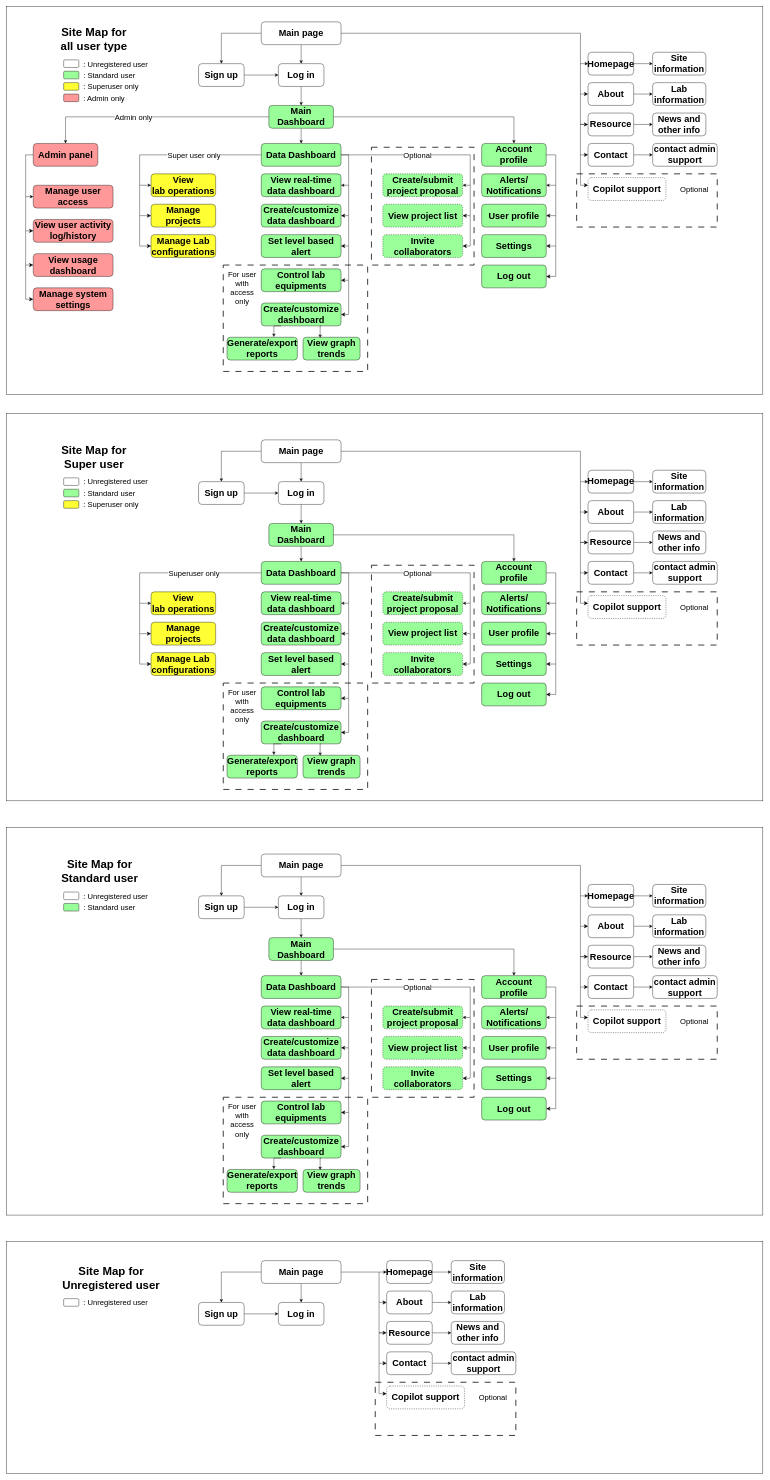
UCLComputerScience/COMP0067_2025_Team6 keeps this draw.io diagram as site_maps_group6.drawio. Above is the earlier version. Source tidied: cells renumbered, new cells numbered last; positions are measured from the earlier drawing's top-left corner, leaving out a move shared by most shapes. Both pictures are drawn from the tidied source at 38%, with x=0, y=0 at pixel (6, 6).
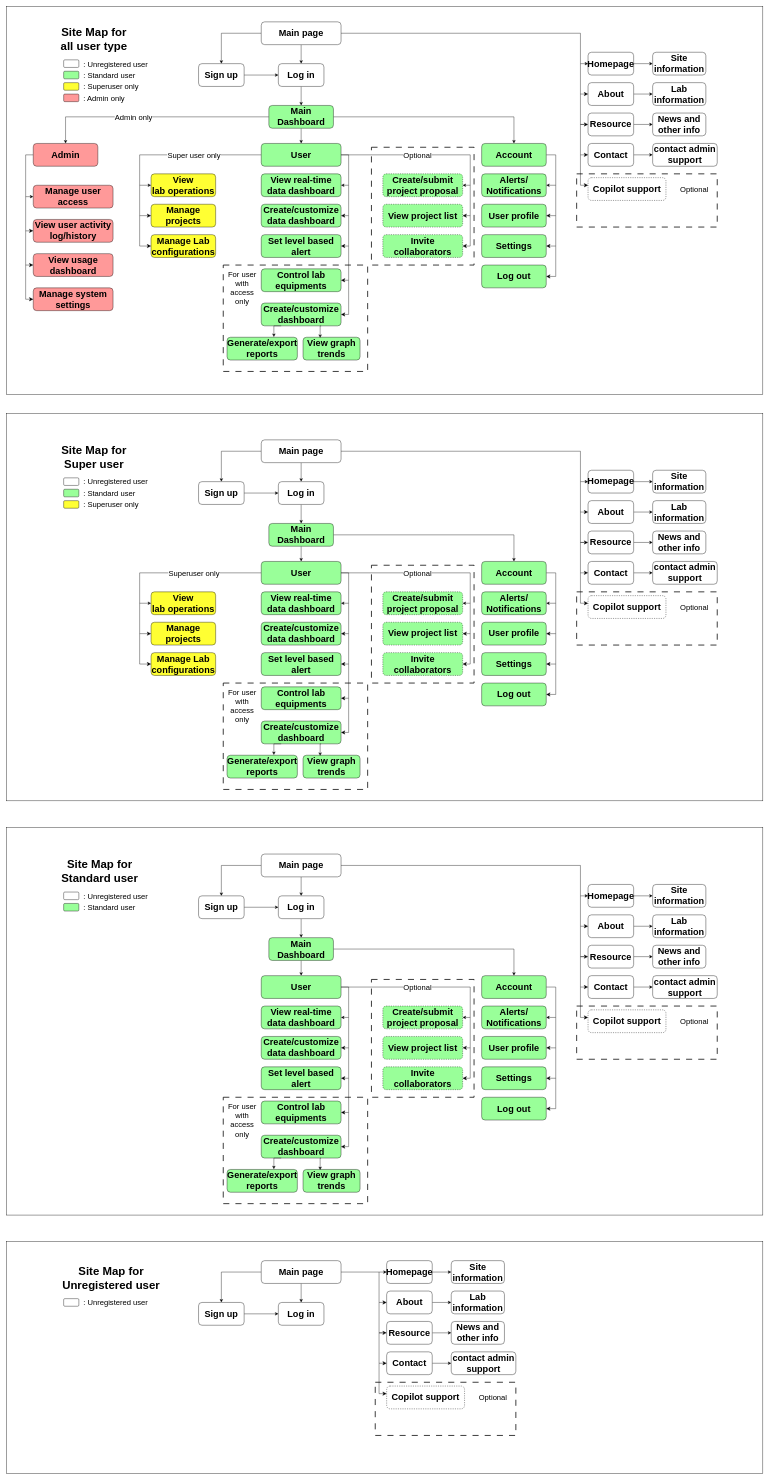
After the change.

Commit message (it also covers changes not shown here):
update site map

Change to the diagram source:
```diff
@@
-    <mxCell id="32" value="&lt;font style=&quot;font-size: 24px;&quot;&gt;Admin panel&lt;/font&gt;" style="rounded=1;whiteSpace=wrap;html=1;shadow=0;fillColor=light-dark(#FF9999,var(--ge-dark-color, #121212));fontStyle=1;" parent="1" vertex="1">
+    <mxCell id="32" value="&lt;font style=&quot;font-size: 24px;&quot;&gt;Admin&lt;/font&gt;" style="rounded=1;whiteSpace=wrap;html=1;shadow=0;fillColor=light-dark(#FF9999,var(--ge-dark-color, #121212));fontStyle=1;" parent="1" vertex="1">
       <mxGeometry x="70" y="360" width="170" height="60" as="geometry" />
     </mxCell>
@@
-    <mxCell id="39" value="&lt;font style=&quot;font-size: 24px;&quot;&gt;Account profile&lt;/font&gt;" style="rounded=1;whiteSpace=wrap;html=1;shadow=0;fillColor=light-dark(#99FF99,var(--ge-dark-color, #121212));fontStyle=1;" parent="1" vertex="1">
+    <mxCell id="39" value="&lt;font style=&quot;font-size: 24px;&quot;&gt;Account&lt;/font&gt;" style="rounded=1;whiteSpace=wrap;html=1;shadow=0;fillColor=light-dark(#99FF99,var(--ge-dark-color, #121212));fontStyle=1;" parent="1" vertex="1">
       <mxGeometry x="1250" y="360" width="170" height="60" as="geometry" />
     </mxCell>
@@
-    <mxCell id="61" value="&lt;font style=&quot;font-size: 24px;&quot;&gt;Data Dashboard&lt;/font&gt;" style="rounded=1;whiteSpace=wrap;html=1;shadow=0;fillColor=light-dark(#99FF99,var(--ge-dark-color, #121212));fontStyle=1;" parent="1" vertex="1">
+    <mxCell id="61" value="&lt;font style=&quot;font-size: 24px;&quot;&gt;User&lt;/font&gt;" style="rounded=1;whiteSpace=wrap;html=1;shadow=0;fillColor=light-dark(#99FF99,var(--ge-dark-color, #121212));fontStyle=1;" parent="1" vertex="1">
       <mxGeometry x="670" y="360" width="210" height="60" as="geometry" />
     </mxCell>
@@
-    <mxCell id="125" value="&lt;font style=&quot;font-size: 24px;&quot;&gt;Account profile&lt;/font&gt;" style="rounded=1;whiteSpace=wrap;html=1;shadow=0;fillColor=light-dark(#99FF99,var(--ge-dark-color, #121212));fontStyle=1;" parent="1" vertex="1">
+    <mxCell id="125" value="&lt;font style=&quot;font-size: 24px;&quot;&gt;Account&lt;/font&gt;" style="rounded=1;whiteSpace=wrap;html=1;shadow=0;fillColor=light-dark(#99FF99,var(--ge-dark-color, #121212));fontStyle=1;" parent="1" vertex="1">
       <mxGeometry x="1250" y="1460" width="170" height="60" as="geometry" />
     </mxCell>
@@
-    <mxCell id="141" value="&lt;font style=&quot;font-size: 24px;&quot;&gt;Data Dashboard&lt;/font&gt;" style="rounded=1;whiteSpace=wrap;html=1;shadow=0;fillColor=light-dark(#99FF99,var(--ge-dark-color, #121212));fontStyle=1;" parent="1" vertex="1">
+    <mxCell id="141" value="&lt;font style=&quot;font-size: 24px;&quot;&gt;User&lt;/font&gt;" style="rounded=1;whiteSpace=wrap;html=1;shadow=0;fillColor=light-dark(#99FF99,var(--ge-dark-color, #121212));fontStyle=1;" parent="1" vertex="1">
       <mxGeometry x="670" y="1460" width="210" height="60" as="geometry" />
     </mxCell>
@@
-    <mxCell id="233" value="&lt;font style=&quot;font-size: 24px;&quot;&gt;Account profile&lt;/font&gt;" style="rounded=1;whiteSpace=wrap;html=1;shadow=0;fillColor=light-dark(#99FF99,var(--ge-dark-color, #121212));fontStyle=1;" parent="1" vertex="1">
+    <mxCell id="233" value="&lt;font style=&quot;font-size: 24px;&quot;&gt;Account&lt;/font&gt;" style="rounded=1;whiteSpace=wrap;html=1;shadow=0;fillColor=light-dark(#99FF99,var(--ge-dark-color, #121212));fontStyle=1;" parent="1" vertex="1">
       <mxGeometry x="1250" y="2550" width="170" height="60" as="geometry" />
     </mxCell>
@@
-    <mxCell id="244" value="&lt;font style=&quot;font-size: 24px;&quot;&gt;Data Dashboard&lt;/font&gt;" style="rounded=1;whiteSpace=wrap;html=1;shadow=0;fillColor=light-dark(#99FF99,var(--ge-dark-color, #121212));fontStyle=1;" parent="1" vertex="1">
+    <mxCell id="244" value="&lt;font style=&quot;font-size: 24px;&quot;&gt;User&lt;/font&gt;" style="rounded=1;whiteSpace=wrap;html=1;shadow=0;fillColor=light-dark(#99FF99,var(--ge-dark-color, #121212));fontStyle=1;" parent="1" vertex="1">
       <mxGeometry x="670" y="2550" width="210" height="60" as="geometry" />
     </mxCell>
```
